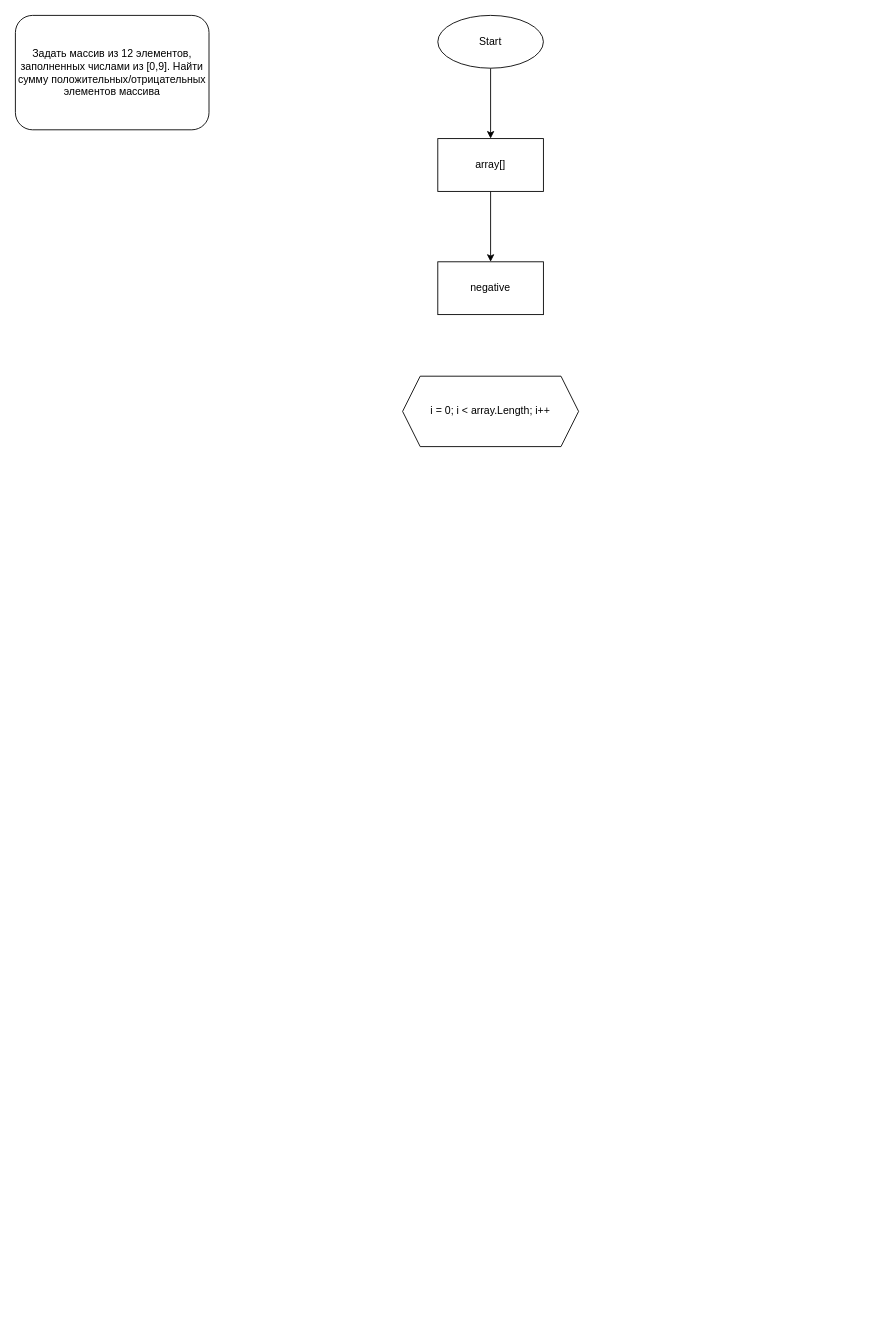
The draw.io diagram Task33ArrayOf12Elements/flowchart.drawio in Fostix/LoLTasks, before the edit. Source tidied: cells renumbered, new cells numbered last; positions are measured from the earlier drawing's top-left corner, leaving out a move shared by most shapes. Both pictures are drawn from the tidied source at 88%, with x=0, y=0 at pixel (15, 15).
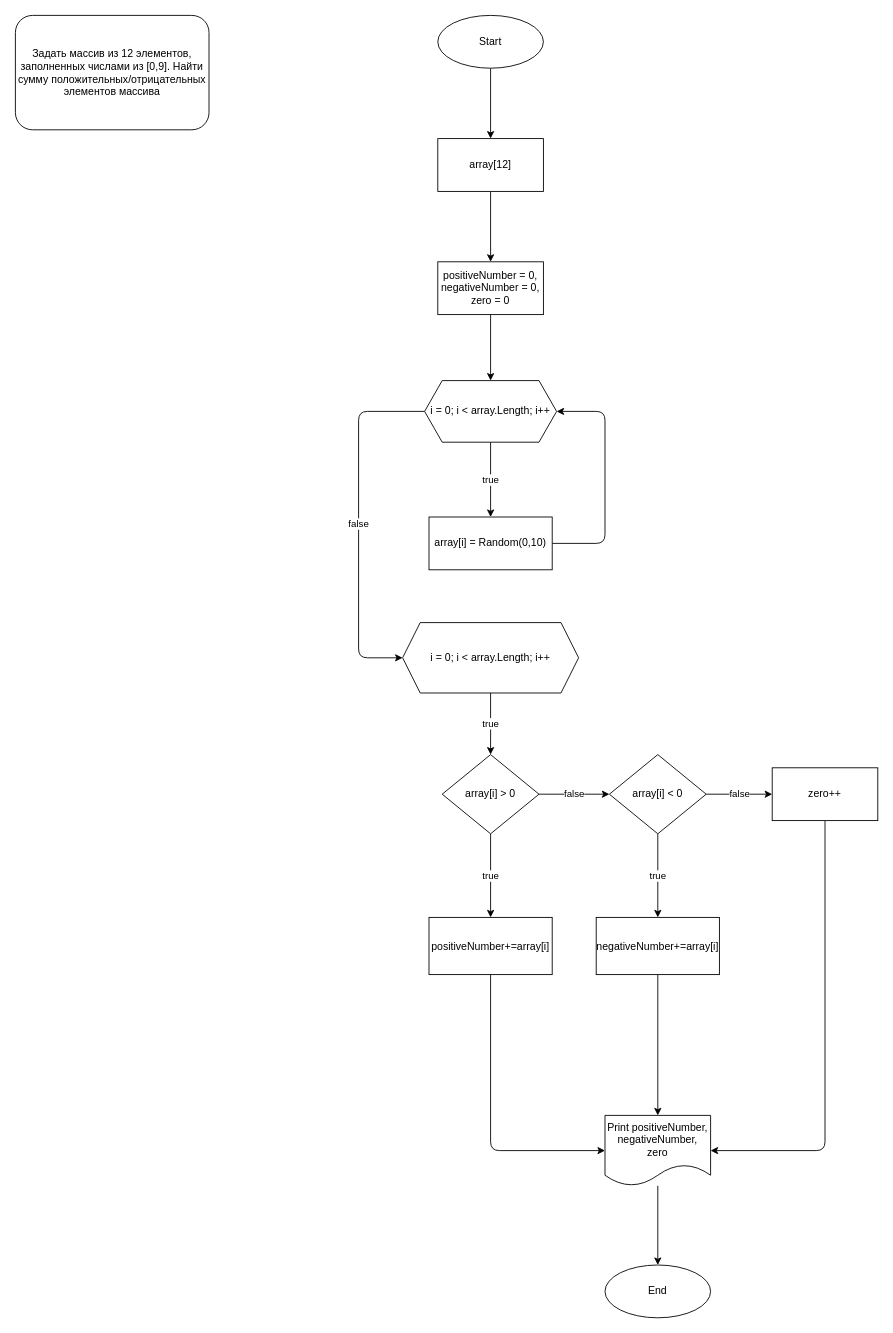
Above is the later version.

Commit message:
flowchart forgot fill array

Diff of the diagram source:
```diff
@@
-    <mxCell id="6" value="array[]" style="whiteSpace=wrap;html=1;" parent="1" vertex="1">
+    <mxCell id="6" value="array[12]" style="whiteSpace=wrap;html=1;" parent="1" vertex="1">
       <mxGeometry x="480" y="140" width="120" height="60" as="geometry" />
     </mxCell>
+    <mxCell id="9" value="true" style="edgeStyle=none;html=1;" parent="1" edge="1" source="7" target="13">
+      <mxGeometry relative="1" as="geometry" />
+    </mxCell>
     <mxCell id="7" value="i = 0; i &amp;lt; array.Length; i++" style="shape=hexagon;perimeter=hexagonPerimeter2;whiteSpace=wrap;html=1;fixedSize=1;" parent="1" vertex="1">
-      <mxGeometry x="440" y="410" width="200" height="80" as="geometry" />
+      <mxGeometry x="440" y="690" width="200" height="80" as="geometry" />
     </mxCell>
+    <mxCell id="10" style="edgeStyle=none;html=1;" parent="1" edge="1" source="8" target="28">
+      <mxGeometry relative="1" as="geometry" />
+    </mxCell>
-    <mxCell id="8" value="negative" style="whiteSpace=wrap;html=1;" parent="1" vertex="1">
+    <mxCell id="8" value="positiveNumber = 0,&lt;br&gt;negativeNumber = 0,&lt;br&gt;zero = 0" style="whiteSpace=wrap;html=1;" parent="1" vertex="1">
       <mxGeometry x="480" y="280" width="120" height="60" as="geometry" />
     </mxCell>
+    <mxCell id="11" value="false" style="edgeStyle=none;html=1;" parent="1" edge="1" source="13" target="16">
+      <mxGeometry relative="1" as="geometry" />
+    </mxCell>
+    <mxCell id="12" value="true" style="edgeStyle=none;html=1;" parent="1" edge="1" source="13" target="18">
+      <mxGeometry relative="1" as="geometry" />
+    </mxCell>
+    <mxCell id="13" value="array[i] &amp;gt; 0" style="rhombus;whiteSpace=wrap;html=1;" parent="1" vertex="1">
+      <mxGeometry x="485" y="840" width="110" height="90" as="geometry" />
+    </mxCell>
+    <mxCell id="14" value="true" style="edgeStyle=none;html=1;" parent="1" edge="1" source="16" target="20">
+      <mxGeometry relative="1" as="geometry" />
+    </mxCell>
+    <mxCell id="15" value="false" style="edgeStyle=none;html=1;" parent="1" edge="1" source="16" target="22">
+      <mxGeometry relative="1" as="geometry" />
+    </mxCell>
+    <mxCell id="16" value="array[i] &amp;lt; 0" style="rhombus;whiteSpace=wrap;html=1;" parent="1" vertex="1">
+      <mxGeometry x="675" y="840" width="110" height="90" as="geometry" />
+    </mxCell>
+    <mxCell id="17" style="edgeStyle=none;html=1;" parent="1" edge="1" source="18" target="24">
+      <mxGeometry relative="1" as="geometry">
+        <Array as="points">
+          <mxPoint x="540" y="1290" />
+        </Array>
+      </mxGeometry>
+    </mxCell>
+    <mxCell id="18" value="positiveNumber+=array[i]" style="whiteSpace=wrap;html=1;" parent="1" vertex="1">
+      <mxGeometry x="470" y="1025" width="140" height="65" as="geometry" />
+    </mxCell>
+    <mxCell id="19" style="edgeStyle=none;html=1;entryX=0.5;entryY=0;entryDx=0;entryDy=0;" parent="1" edge="1" source="20" target="24">
+      <mxGeometry relative="1" as="geometry" />
+    </mxCell>
+    <mxCell id="20" value="negativeNumber+=array[i]" style="whiteSpace=wrap;html=1;" parent="1" vertex="1">
+      <mxGeometry x="660" y="1025" width="140" height="65" as="geometry" />
+    </mxCell>
+    <mxCell id="21" style="edgeStyle=none;html=1;entryX=1;entryY=0.5;entryDx=0;entryDy=0;" parent="1" edge="1" source="22" target="24">
+      <mxGeometry relative="1" as="geometry">
+        <Array as="points">
+          <mxPoint x="920" y="1290" />
+        </Array>
+      </mxGeometry>
+    </mxCell>
+    <mxCell id="22" value="zero++" style="whiteSpace=wrap;html=1;" parent="1" vertex="1">
+      <mxGeometry x="860" y="855" width="120" height="60" as="geometry" />
+    </mxCell>
+    <mxCell id="23" style="edgeStyle=none;html=1;" parent="1" edge="1" source="24" target="25">
+      <mxGeometry relative="1" as="geometry" />
+    </mxCell>
+    <mxCell id="24" value="Print positiveNumber,&lt;br&gt;negativeNumber,&lt;br&gt;zero" style="shape=document;whiteSpace=wrap;html=1;boundedLbl=1;" parent="1" vertex="1">
+      <mxGeometry x="670" y="1250" width="120" height="80" as="geometry" />
+    </mxCell>
+    <mxCell id="25" value="End" style="ellipse;whiteSpace=wrap;html=1;" parent="1" vertex="1">
+      <mxGeometry x="670" y="1420" width="120" height="60" as="geometry" />
+    </mxCell>
+    <mxCell id="26" value="true" style="edgeStyle=none;html=1;" parent="1" edge="1" source="28" target="30">
+      <mxGeometry relative="1" as="geometry" />
+    </mxCell>
+    <mxCell id="27" value="false" style="edgeStyle=none;html=1;entryX=0;entryY=0.5;entryDx=0;entryDy=0;" parent="1" edge="1" source="28" target="7">
+      <mxGeometry relative="1" as="geometry">
+        <Array as="points">
+          <mxPoint x="390" y="450" />
+          <mxPoint x="390" y="730" />
+        </Array>
+      </mxGeometry>
+    </mxCell>
+    <mxCell id="28" value="i = 0; i &amp;lt; array.Length; i++" style="shape=hexagon;perimeter=hexagonPerimeter2;whiteSpace=wrap;html=1;fixedSize=1;" parent="1" vertex="1">
+      <mxGeometry x="465" y="415" width="150" height="70" as="geometry" />
+    </mxCell>
+    <mxCell id="29" style="edgeStyle=none;html=1;entryX=1;entryY=0.5;entryDx=0;entryDy=0;" parent="1" edge="1" source="30" target="28">
+      <mxGeometry relative="1" as="geometry">
+        <Array as="points">
+          <mxPoint x="670" y="600" />
+          <mxPoint x="670" y="450" />
+        </Array>
+      </mxGeometry>
+    </mxCell>
+    <mxCell id="30" value="array[i] = Random(0,10)" style="whiteSpace=wrap;html=1;" parent="1" vertex="1">
+      <mxGeometry x="470" y="570" width="140" height="60" as="geometry" />
+    </mxCell>
```
